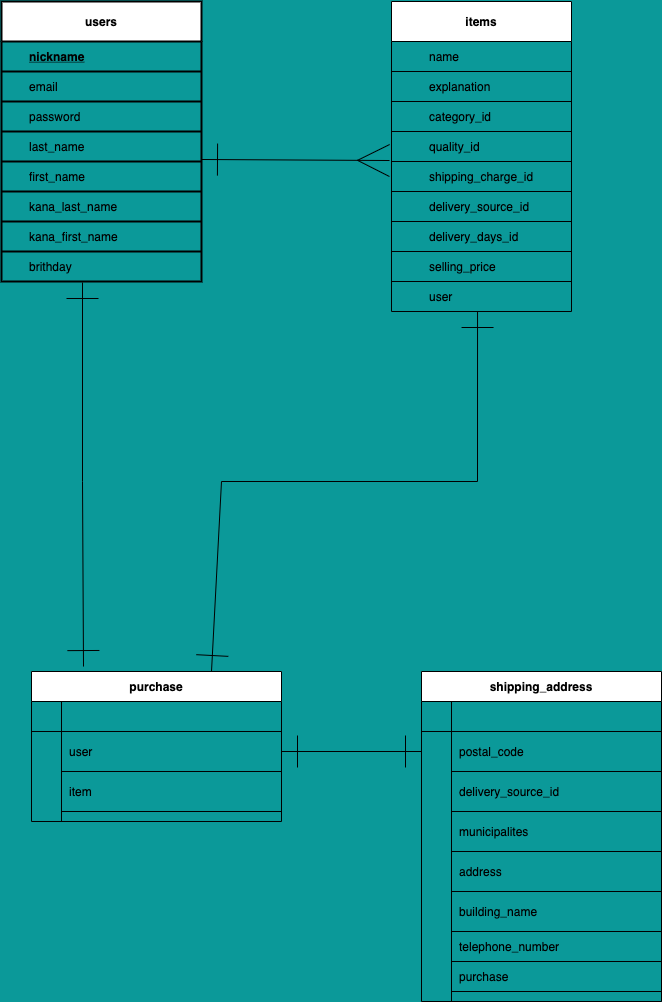
This is test.png from CEmi6653/furima-36068, a draw.io export, as it was before one commit. Source tidied: cells renumbered, new cells last; positions are measured from the earlier drawing's top-left corner, leaving out a move shared by most shapes.
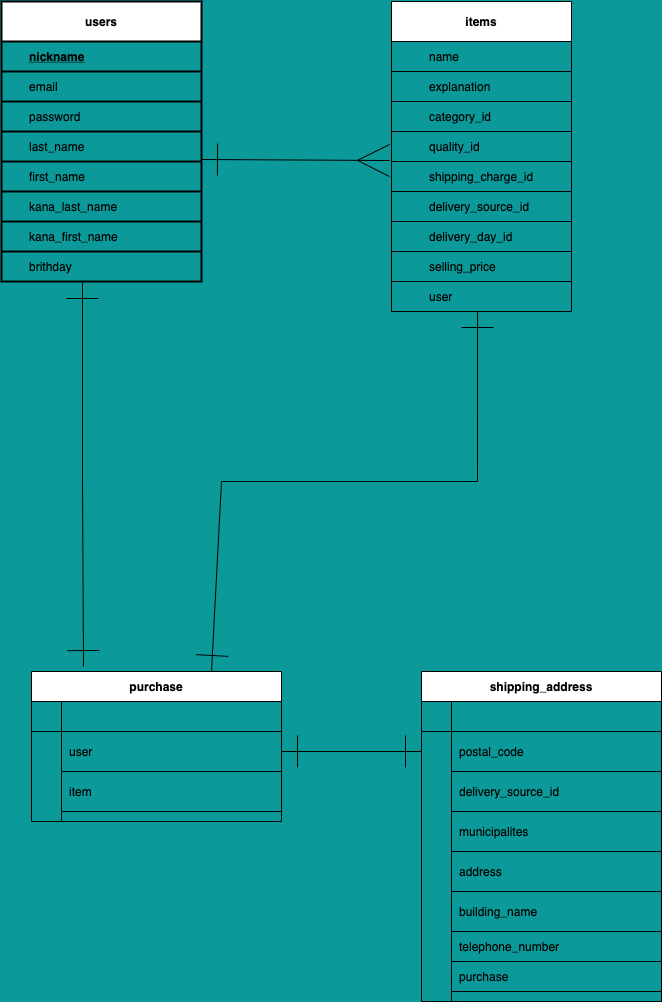
Above is the later version.

Commit message:
READMEとER図の修正

What changed in the source:
```diff
@@ -140,7 +140,7 @@
     <mxCell id="47" style="shape=partialRectangle;fillColor=none;top=0;left=0;bottom=0;right=0;overflow=hidden;" parent="46" vertex="1">
       <mxGeometry width="30" height="30" as="geometry" />
     </mxCell>
-    <mxCell id="48" value="delivery_days_id" style="shape=partialRectangle;fillColor=none;top=0;left=0;bottom=0;right=0;align=left;spacingLeft=6;overflow=hidden;" parent="46" vertex="1">
+    <mxCell id="48" value="delivery_day_id" style="shape=partialRectangle;fillColor=none;top=0;left=0;bottom=0;right=0;align=left;spacingLeft=6;overflow=hidden;" parent="46" vertex="1">
       <mxGeometry x="30" width="150" height="30" as="geometry" />
     </mxCell>
     <mxCell id="49" style="shape=partialRectangle;fillColor=none;top=0;left=0;bottom=0;right=0;" parent="27" vertex="1">
```
